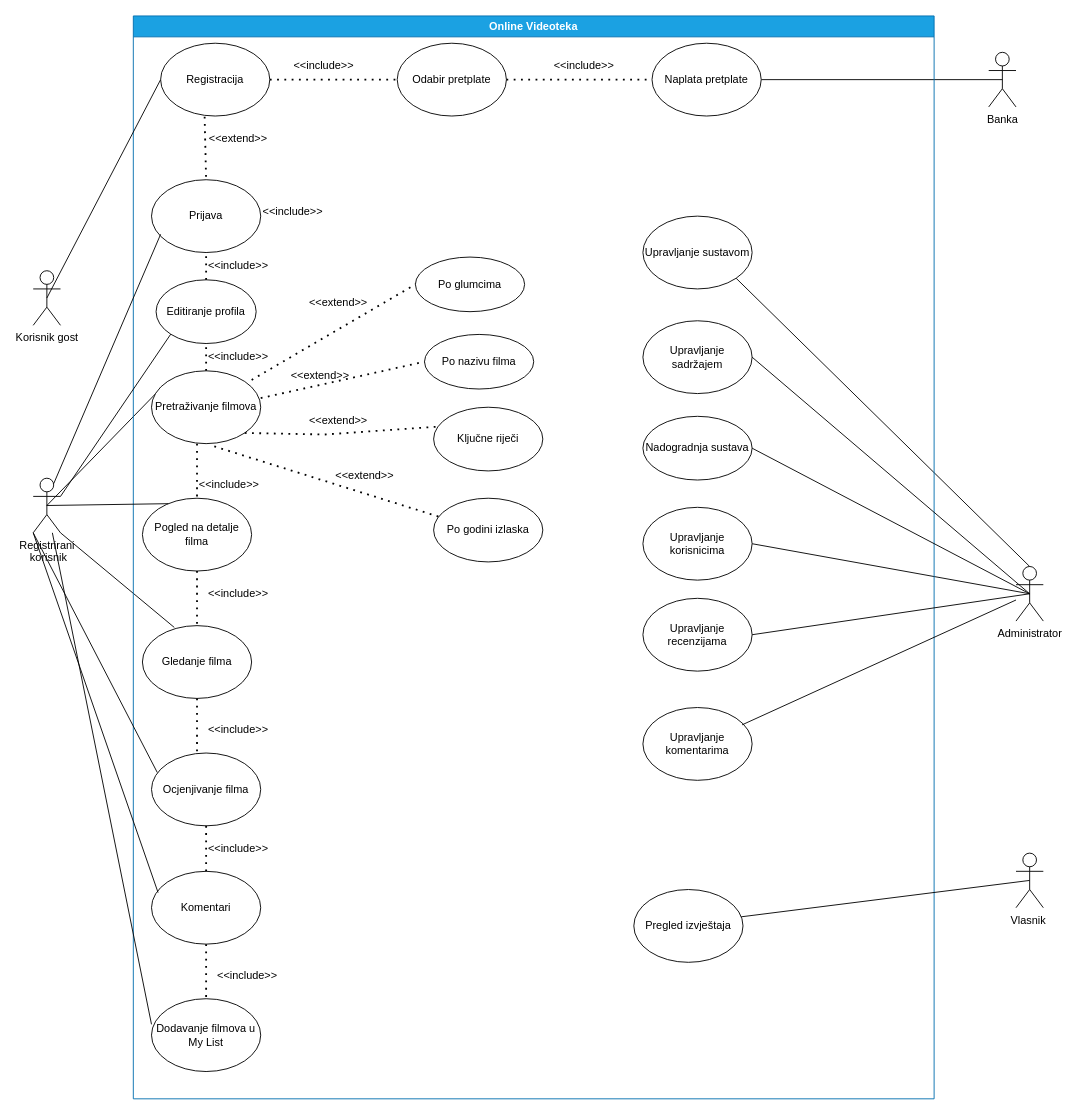
Before: 3. Specifikacija dizajna/Use-Case dijagram.drawio in hrvojesesar/PIS-Projekt, a draw.io diagram. Source tidied: cells renumbered, new cells numbered last; positions are measured from the earlier drawing's top-left corner, leaving out a move shared by most shapes. Both pictures are drawn from the tidied source at 91%, with x=0, y=0 at pixel (33, 15).
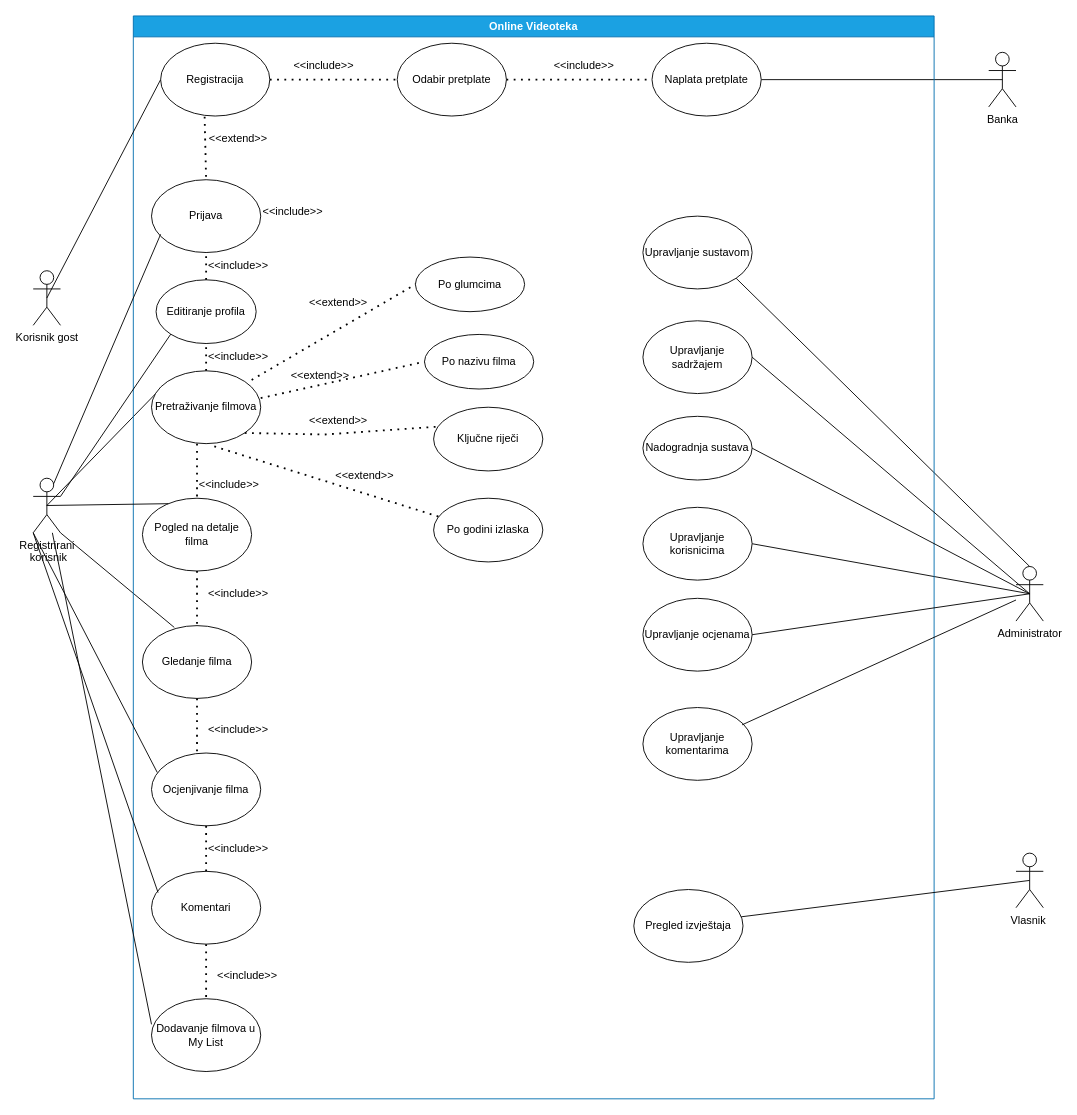
Above is the later version.

The change refers to these unchanged cells:
```xml
<mxCell id="11" value="Online Videoteka" style="swimlane;whiteSpace=wrap;html=1;strokeColor=#006EAF;fillColor=#1ba1e2;fontColor=#ffffff;" parent="1" vertex="1">
  <mxGeometry x="110" width="880" height="1190" as="geometry" />
</mxCell>
```

What changed in the source:
```diff
@@
-    <mxCell id="14" value="Upravljanje recenzijama" style="ellipse;whiteSpace=wrap;html=1;" parent="11" vertex="1">
+    <mxCell id="14" value="Upravljanje ocjenama" style="ellipse;whiteSpace=wrap;html=1;" parent="11" vertex="1">
       <mxGeometry x="560" y="640" width="120" height="80" as="geometry" />
     </mxCell>
```
